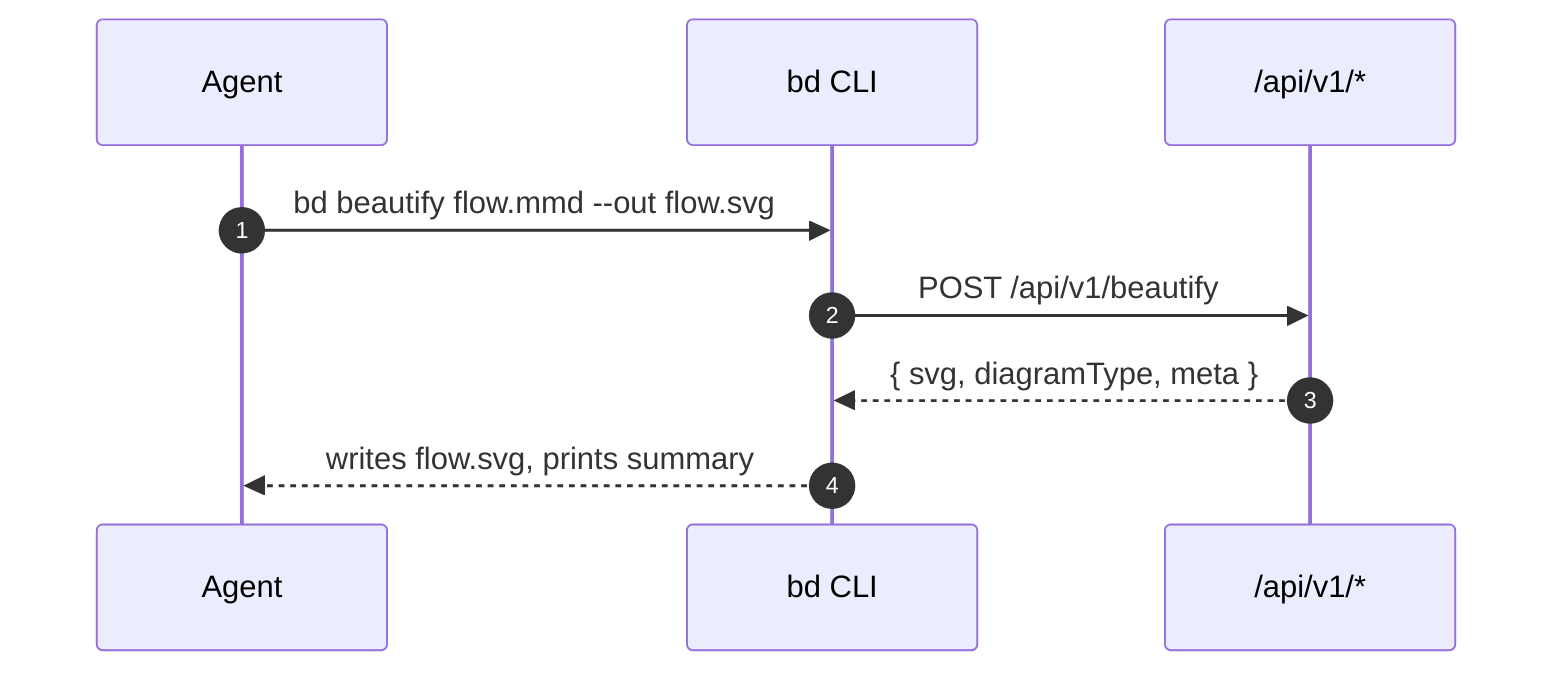
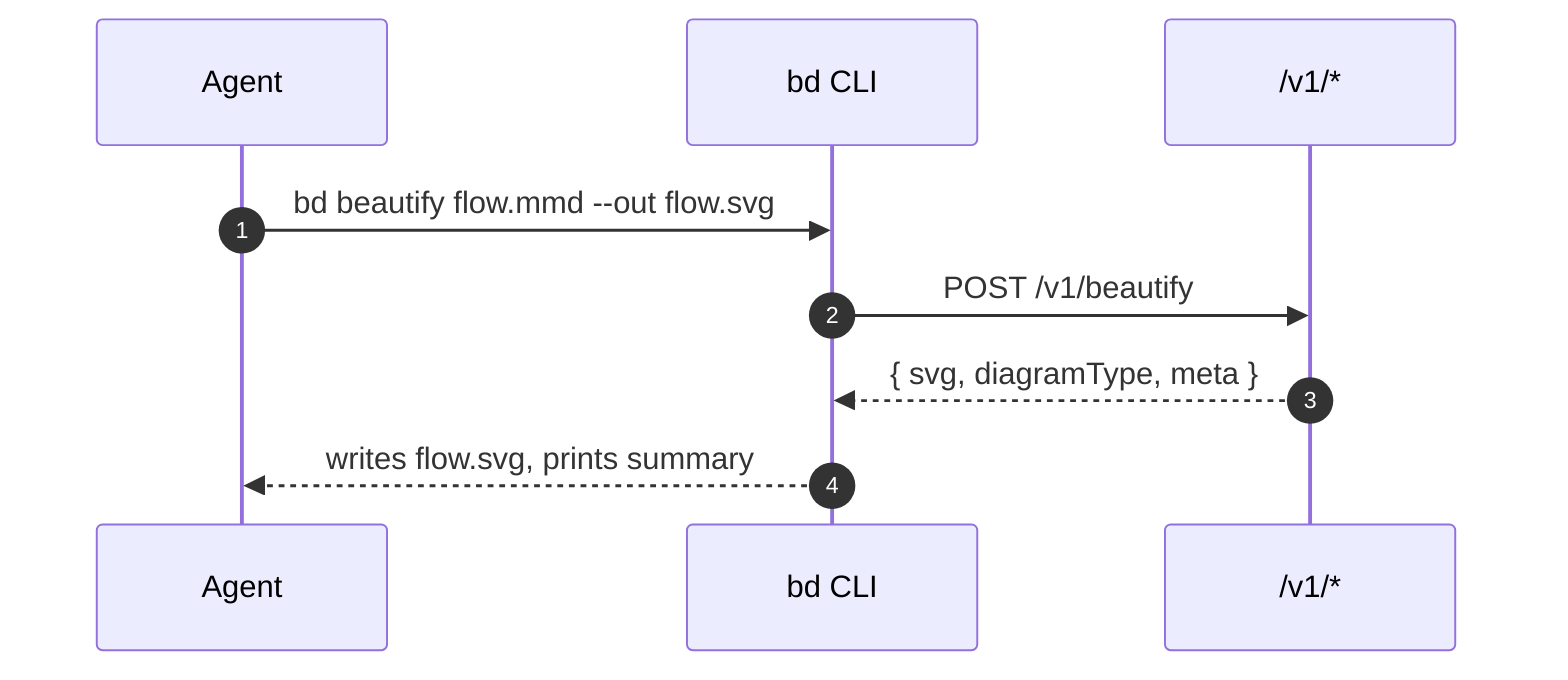
sequenceDiagram
  autonumber
  participant Agent
  participant CLI as bd CLI
-   participant API as /api/v1/*
+   participant API as /v1/*
  Agent->>CLI: bd beautify flow.mmd --out flow.svg
-   CLI->>API: POST /api/v1/beautify
+   CLI->>API: POST /v1/beautify
  API-->>CLI: { svg, diagramType, meta }
  CLI-->>Agent: writes flow.svg, prints summary
